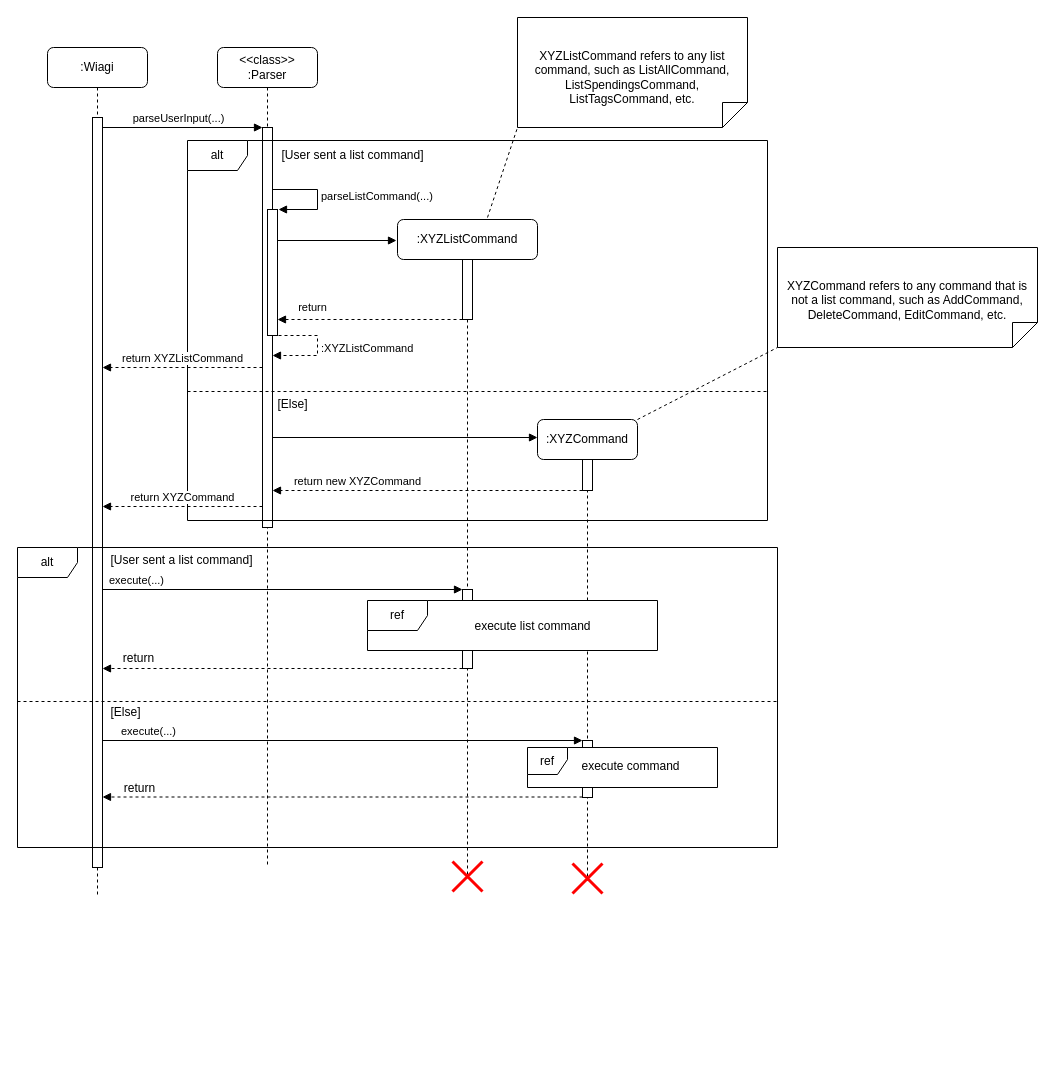
Before: docs/Diagrams/Commands/commandHandling.drawio in wongwh2002/CS2113TeamProject, a draw.io diagram. Source tidied: cells renumbered, new cells numbered last; positions are measured from the earlier drawing's top-left corner, leaving out a move shared by most shapes. Both pictures are drawn from the tidied source at 100%, with x=0, y=0 at pixel (17, 17).
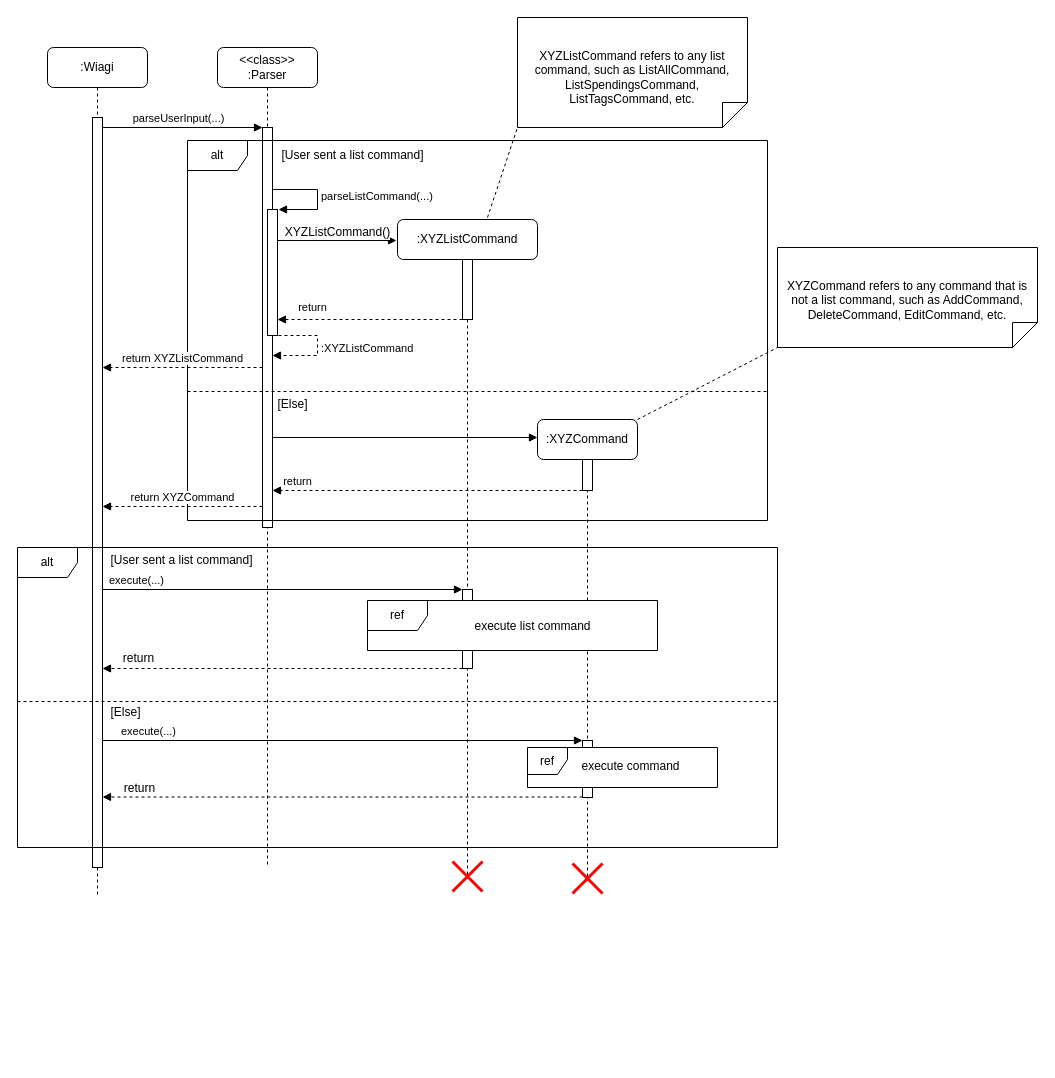
The same diagram, later.

Unchanged cells that the change refers to:
```xml
<mxCell id="11" style="html=1;verticalAlign=bottom;endArrow=block;curved=0;rounded=0;" parent="1" edge="1">
  <mxGeometry relative="1" as="geometry">
    <mxPoint x="260" y="223" as="sourcePoint" />
    <mxPoint x="379" y="223" as="targetPoint" />
  </mxGeometry>
</mxCell>
```

Diff of the diagram source:
```diff
@@
+    <mxCell id="49" value="XYZListCommand()" style="edgeLabel;html=1;align=center;verticalAlign=middle;fontSize=12;" parent="11" vertex="1">
+      <mxGeometry x="0.3" y="1" relative="1" as="geometry">
+        <mxPoint x="-18" y="-8" as="offset" />
+      </mxGeometry>
+    </mxCell>
@@
-    <mxCell id="38" value="return new XYZCommand" style="html=1;verticalAlign=bottom;endArrow=block;curved=0;rounded=0;dashed=1;" parent="1" edge="1">
-      <mxGeometry x="0.45" relative="1" as="geometry">
+    <mxCell id="38" value="return" style="html=1;verticalAlign=bottom;endArrow=block;curved=0;rounded=0;dashed=1;" parent="1" edge="1">
+      <mxGeometry x="0.84" relative="1" as="geometry">
         <mxPoint x="565" y="473" as="sourcePoint" />
         <mxPoint x="255" y="473" as="targetPoint" />
       </mxGeometry>
     </mxCell>
```
